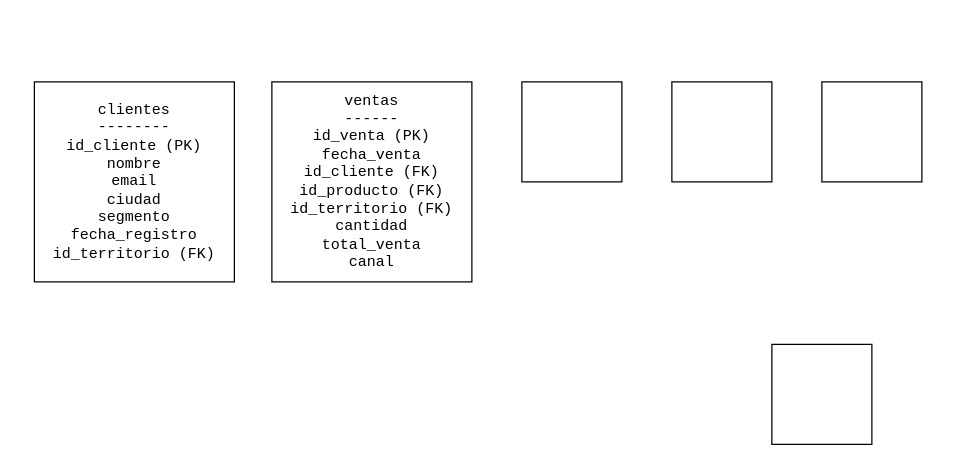
This is Diagrama sin título.drawio from Mauricio-Hernandez-git/data-analytics-practicas, a draw.io file, before an edit. Source tidied: cells renumbered, new cells numbered last; positions are measured from the earlier drawing's top-left corner, leaving out a move shared by most shapes. Both pictures are drawn from the tidied source at 125%, with x=0, y=0 at pixel (34, 81).
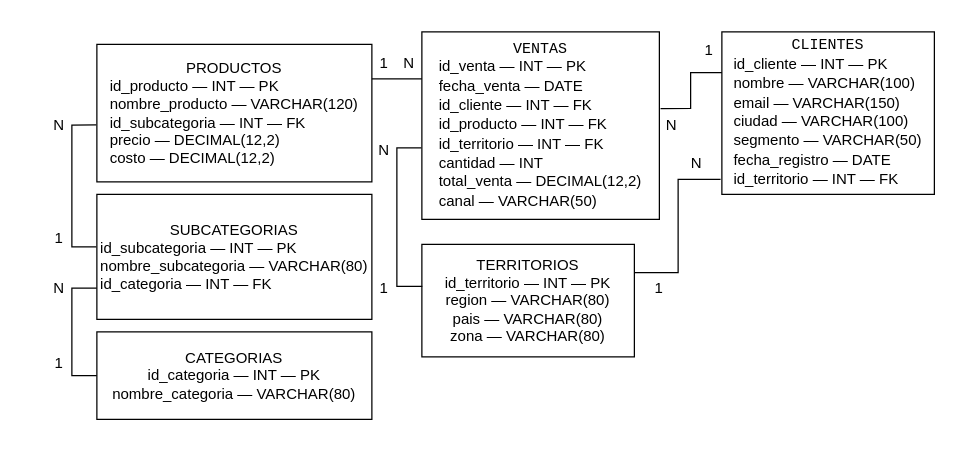
Above is the later version.

Diff of the diagram source:
```diff
@@
-    <mxCell id="2" value="&lt;pre dir=&quot;ltr&quot;&gt;&lt;code&gt;ventas&lt;br/&gt;------&lt;br/&gt;id_venta (PK)&lt;br/&gt;fecha_venta&lt;br/&gt;id_cliente (FK)&lt;br/&gt;id_producto (FK)&lt;br/&gt;id_territorio (FK)&lt;br/&gt;cantidad&lt;br/&gt;total_venta&lt;br/&gt;canal&lt;/code&gt;&lt;/pre&gt;" style="whiteSpace=wrap;html=1;" parent="1" vertex="1">
-      <mxGeometry x="190" width="160" height="160" as="geometry" />
+    <mxCell id="2" value="&lt;pre dir=&quot;ltr&quot;&gt;&lt;code&gt;VENTAS&lt;br&gt;&lt;div style=&quot;text-align: left;&quot;&gt;&lt;span style=&quot;background-color: transparent; color: light-dark(#000000, var(--ge-light-color, #ffffff)); font-family: Helvetica; white-space: normal;&quot;&gt;id_venta — INT — PK&lt;/span&gt;&lt;/div&gt;&lt;div style=&quot;text-align: left;&quot;&gt;&lt;span style=&quot;background-color: transparent; color: light-dark(#000000, var(--ge-light-color, #ffffff)); font-family: Helvetica; white-space: normal;&quot;&gt;fecha_venta — DATE&lt;/span&gt;&lt;/div&gt;&lt;div style=&quot;text-align: left;&quot;&gt;&lt;span style=&quot;background-color: transparent; color: light-dark(#000000, var(--ge-light-color, #ffffff)); font-family: Helvetica; white-space: normal;&quot;&gt;id_cliente — INT — FK&lt;/span&gt;&lt;/div&gt;&lt;div style=&quot;text-align: left;&quot;&gt;&lt;span style=&quot;background-color: transparent; color: light-dark(#000000, var(--ge-light-color, #ffffff)); font-family: Helvetica; white-space: normal;&quot;&gt;id_producto — INT — FK&lt;/span&gt;&lt;/div&gt;&lt;div style=&quot;text-align: left;&quot;&gt;&lt;span style=&quot;background-color: transparent; color: light-dark(#000000, var(--ge-light-color, #ffffff)); font-family: Helvetica; white-space: normal;&quot;&gt;id_territorio — INT — FK&lt;/span&gt;&lt;/div&gt;&lt;div style=&quot;text-align: left;&quot;&gt;&lt;span style=&quot;background-color: transparent; color: light-dark(#000000, var(--ge-light-color, #ffffff)); font-family: Helvetica; white-space: normal;&quot;&gt;cantidad — INT&lt;/span&gt;&lt;/div&gt;&lt;div style=&quot;text-align: left;&quot;&gt;&lt;span style=&quot;background-color: transparent; color: light-dark(#000000, var(--ge-light-color, #ffffff)); font-family: Helvetica; white-space: normal;&quot;&gt;total_venta — DECIMAL(12,2)&lt;/span&gt;&lt;/div&gt;&lt;div style=&quot;text-align: left;&quot;&gt;&lt;span style=&quot;background-color: transparent; color: light-dark(#000000, var(--ge-light-color, #ffffff)); font-family: Helvetica; white-space: normal;&quot;&gt;canal — VARCHAR(50)&lt;/span&gt;&lt;/div&gt;&lt;/code&gt;&lt;/pre&gt;" style="whiteSpace=wrap;html=1;" parent="1" vertex="1">
+      <mxGeometry x="310" y="-40" width="190" height="150" as="geometry" />
     </mxCell>
+    <mxCell id="8" style="edgeStyle=orthogonalEdgeStyle;rounded=0;jettySize=auto;html=1;exitX=0;exitY=0.5;exitDx=0;exitDy=0;entryX=0;entryY=0.75;entryDx=0;entryDy=0;defaultLabelBackgroundColor=gap;startArrow=none;startFill=0;endArrow=none;endFill=0;curved=0;" parent="1" edge="1" source="3" target="4">
+      <mxGeometry relative="1" as="geometry" />
+    </mxCell>
-    <mxCell id="3" style="whiteSpace=wrap;html=1;" parent="1" vertex="1">
-      <mxGeometry x="590" y="210" width="80" height="80" as="geometry" />
+    <mxCell id="3" value="&lt;div&gt;CATEGORIAS&lt;/div&gt;&lt;div&gt;id_categoria — INT — PK&lt;/div&gt;&lt;div&gt;nombre_categoria — VARCHAR(80)&lt;/div&gt;" style="whiteSpace=wrap;html=1;" parent="1" vertex="1">
+      <mxGeometry x="50" y="200" width="220" height="70" as="geometry" />
     </mxCell>
-    <mxCell id="4" style="whiteSpace=wrap;html=1;" parent="1" vertex="1">
-      <mxGeometry x="630" width="80" height="80" as="geometry" />
+    <mxCell id="4" value="&lt;div&gt;SUBCATEGORIAS&lt;/div&gt;&lt;div style=&quot;text-align: left;&quot;&gt;id_subcategoria — INT — PK&lt;/div&gt;&lt;div style=&quot;text-align: left;&quot;&gt;nombre_subcategoria — VARCHAR(80)&lt;/div&gt;&lt;div style=&quot;text-align: left;&quot;&gt;id_categoria — INT — FK&lt;/div&gt;" style="whiteSpace=wrap;html=1;" parent="1" vertex="1">
+      <mxGeometry x="50" y="90" width="220" height="100" as="geometry" />
     </mxCell>
+    <mxCell id="9" style="edgeStyle=orthogonalEdgeStyle;rounded=0;jettySize=auto;html=1;exitX=-0.002;exitY=0.586;exitDx=0;exitDy=0;entryX=-0.002;entryY=0.42;entryDx=0;entryDy=0;defaultLabelBackgroundColor=gap;exitPerimeter=0;startArrow=none;startFill=0;entryPerimeter=0;endArrow=none;endFill=0;" parent="1" edge="1" source="5" target="4">
+      <mxGeometry relative="1" as="geometry" />
+    </mxCell>
-    <mxCell id="5" style="whiteSpace=wrap;html=1;" parent="1" vertex="1">
-      <mxGeometry x="510" width="80" height="80" as="geometry" />
+    <mxCell id="5" value="&lt;div&gt;PRODUCTOS&lt;/div&gt;&lt;div style=&quot;text-align: left;&quot;&gt;id_producto — INT — PK&lt;/div&gt;&lt;div style=&quot;text-align: left;&quot;&gt;nombre_producto — VARCHAR(120)&lt;/div&gt;&lt;div style=&quot;text-align: left;&quot;&gt;id_subcategoria — INT — FK&lt;/div&gt;&lt;div style=&quot;text-align: left;&quot;&gt;precio — DECIMAL(12,2)&lt;/div&gt;&lt;div style=&quot;text-align: left;&quot;&gt;costo — DECIMAL(12,2)&lt;/div&gt;" style="whiteSpace=wrap;html=1;" parent="1" vertex="1">
+      <mxGeometry x="50" y="-30" width="220" height="110" as="geometry" />
     </mxCell>
-    <mxCell id="6" style="whiteSpace=wrap;html=1;" parent="1" vertex="1">
-      <mxGeometry x="390" width="80" height="80" as="geometry" />
+    <mxCell id="6" value="&lt;div&gt;TERRITORIOS&lt;/div&gt;&lt;div&gt;id_territorio — INT — PK&lt;/div&gt;&lt;div&gt;region — VARCHAR(80)&lt;/div&gt;&lt;div&gt;pais — VARCHAR(80)&lt;/div&gt;&lt;div&gt;zona — VARCHAR(80)&lt;/div&gt;" style="whiteSpace=wrap;html=1;" parent="1" vertex="1">
+      <mxGeometry x="310" y="130" width="170" height="90" as="geometry" />
     </mxCell>
-    <mxCell id="7" value="&lt;pre dir=&quot;ltr&quot;&gt;&lt;code&gt;clientes&lt;br/&gt;--------&lt;br/&gt;id_cliente (PK)&lt;br/&gt;nombre&lt;br/&gt;email&lt;br/&gt;ciudad&lt;br/&gt;segmento&lt;br/&gt;fecha_registro&lt;br/&gt;id_territorio (FK)&lt;/code&gt;&lt;/pre&gt;" style="whiteSpace=wrap;html=1;" parent="1" vertex="1">
-      <mxGeometry width="160" height="160" as="geometry" />
+    <mxCell id="7" value="&lt;pre dir=&quot;ltr&quot;&gt;CLIENTES&lt;br&gt;&lt;div style=&quot;text-align: left;&quot;&gt;&lt;span style=&quot;background-color: transparent; color: light-dark(#000000, var(--ge-light-color, #ffffff)); font-family: Helvetica; white-space: normal;&quot;&gt;id_cliente — INT — PK&lt;/span&gt;&lt;/div&gt;&lt;div style=&quot;text-align: left;&quot;&gt;&lt;span style=&quot;background-color: transparent; color: light-dark(#000000, var(--ge-light-color, #ffffff)); font-family: Helvetica; white-space: normal;&quot;&gt;nombre — VARCHAR(100)&lt;/span&gt;&lt;/div&gt;&lt;div style=&quot;text-align: left;&quot;&gt;&lt;span style=&quot;background-color: transparent; color: light-dark(#000000, var(--ge-light-color, #ffffff)); font-family: Helvetica; white-space: normal;&quot;&gt;email — VARCHAR(150)&lt;/span&gt;&lt;/div&gt;&lt;div style=&quot;text-align: left;&quot;&gt;&lt;span style=&quot;background-color: transparent; color: light-dark(#000000, var(--ge-light-color, #ffffff)); font-family: Helvetica; white-space: normal;&quot;&gt;ciudad — VARCHAR(100)&lt;/span&gt;&lt;/div&gt;&lt;div style=&quot;text-align: left;&quot;&gt;&lt;span style=&quot;background-color: transparent; color: light-dark(#000000, var(--ge-light-color, #ffffff)); font-family: Helvetica; white-space: normal;&quot;&gt;segmento — VARCHAR(50)&lt;/span&gt;&lt;/div&gt;&lt;div style=&quot;text-align: left;&quot;&gt;&lt;span style=&quot;background-color: transparent; color: light-dark(#000000, var(--ge-light-color, #ffffff)); font-family: Helvetica; white-space: normal;&quot;&gt;fecha_registro — DATE&lt;/span&gt;&lt;/div&gt;&lt;div style=&quot;text-align: left;&quot;&gt;&lt;span style=&quot;background-color: transparent; color: light-dark(#000000, var(--ge-light-color, #ffffff)); font-family: Helvetica; white-space: normal;&quot;&gt;id_territorio — INT — FK&lt;/span&gt;&lt;/div&gt;&lt;/pre&gt;" style="whiteSpace=wrap;html=1;" parent="1" vertex="1">
+      <mxGeometry x="550" y="-40" width="170" height="130" as="geometry" />
     </mxCell>
+    <mxCell id="10" style="edgeStyle=orthogonalEdgeStyle;rounded=0;orthogonalLoop=1;jettySize=auto;html=1;innerLoopWaypoints=1;exitX=0.5;exitY=1;exitDx=0;exitDy=0;defaultLabelBackgroundColor=gap;" parent="1" edge="1" source="7" target="7">
+      <mxGeometry relative="1" as="geometry" />
+    </mxCell>
+    <mxCell id="11" style="edgeStyle=orthogonalEdgeStyle;rounded=0;jettySize=auto;html=1;exitX=-0.002;exitY=0.618;exitDx=0;exitDy=0;entryX=0.002;entryY=0.373;entryDx=0;entryDy=0;defaultLabelBackgroundColor=gap;exitPerimeter=0;startArrow=none;startFill=0;entryPerimeter=0;endArrow=none;endFill=0;" parent="1" edge="1" source="2" target="6">
+      <mxGeometry x="0.33" relative="1" as="geometry" />
+    </mxCell>
+    <mxCell id="12" style="edgeStyle=orthogonalEdgeStyle;rounded=0;jettySize=auto;html=1;exitX=0;exitY=0.25;exitDx=0;exitDy=0;entryX=1.005;entryY=0.409;entryDx=0;entryDy=0;entryPerimeter=0;defaultLabelBackgroundColor=gap;startArrow=none;startFill=0;endArrow=none;endFill=0;" parent="1" edge="1" source="7" target="2">
+      <mxGeometry relative="1" as="geometry" />
+    </mxCell>
+    <mxCell id="13" style="edgeStyle=orthogonalEdgeStyle;rounded=0;jettySize=auto;html=1;exitX=0;exitY=0.25;exitDx=0;exitDy=0;entryX=1;entryY=0.25;entryDx=0;entryDy=0;defaultLabelBackgroundColor=gap;startArrow=none;startFill=0;endArrow=none;endFill=0;" parent="1" edge="1" source="2" target="5">
+      <mxGeometry x="-0.1" relative="1" as="geometry" />
+    </mxCell>
+    <mxCell id="14" style="edgeStyle=orthogonalEdgeStyle;rounded=0;jettySize=auto;html=1;exitX=1;exitY=0.25;exitDx=0;exitDy=0;entryX=-0.006;entryY=0.908;entryDx=0;entryDy=0;entryPerimeter=0;defaultLabelBackgroundColor=gap;startArrow=none;startFill=0;endArrow=none;endFill=0;" parent="1" edge="1" source="6" target="7">
+      <mxGeometry relative="1" as="geometry" />
+    </mxCell>
+    <mxCell id="15" value="N" style="text;html=1;whiteSpace=wrap;strokeColor=none;fillColor=none;align=center;verticalAlign=middle;rounded=0;" parent="1" vertex="1">
+      <mxGeometry x="-10" y="20" width="60" height="30" as="geometry" />
+    </mxCell>
+    <mxCell id="16" value="1" style="text;html=1;whiteSpace=wrap;strokeColor=none;fillColor=none;align=center;verticalAlign=middle;rounded=0;" parent="1" vertex="1">
+      <mxGeometry x="-10" y="110" width="60" height="30" as="geometry" />
+    </mxCell>
+    <mxCell id="17" value="N" style="text;html=1;whiteSpace=wrap;strokeColor=none;fillColor=none;align=center;verticalAlign=middle;rounded=0;" parent="1" vertex="1">
+      <mxGeometry x="-10" y="150" width="60" height="30" as="geometry" />
+    </mxCell>
+    <mxCell id="18" value="1" style="text;html=1;whiteSpace=wrap;strokeColor=none;fillColor=none;align=center;verticalAlign=middle;rounded=0;" parent="1" vertex="1">
+      <mxGeometry x="-10" y="210" width="60" height="30" as="geometry" />
+    </mxCell>
+    <mxCell id="19" value="N" style="text;html=1;whiteSpace=wrap;strokeColor=none;fillColor=none;align=center;verticalAlign=middle;rounded=0;" parent="1" vertex="1">
+      <mxGeometry x="500" y="50" width="60" height="30" as="geometry" />
+    </mxCell>
+    <mxCell id="20" value="N" style="text;html=1;whiteSpace=wrap;strokeColor=none;fillColor=none;align=center;verticalAlign=middle;rounded=0;" parent="1" vertex="1">
+      <mxGeometry x="480" y="20" width="60" height="30" as="geometry" />
+    </mxCell>
+    <mxCell id="21" value="N" style="text;html=1;whiteSpace=wrap;strokeColor=none;fillColor=none;align=center;verticalAlign=middle;rounded=0;" parent="1" vertex="1">
+      <mxGeometry x="250" y="40" width="60" height="30" as="geometry" />
+    </mxCell>
+    <mxCell id="22" value="1" style="text;html=1;whiteSpace=wrap;strokeColor=none;fillColor=none;align=center;verticalAlign=middle;rounded=0;" parent="1" vertex="1">
+      <mxGeometry x="250" y="150" width="60" height="30" as="geometry" />
+    </mxCell>
+    <mxCell id="23" value="1" style="text;html=1;whiteSpace=wrap;strokeColor=none;fillColor=none;align=center;verticalAlign=middle;rounded=0;" parent="1" vertex="1">
+      <mxGeometry x="470" y="150" width="60" height="30" as="geometry" />
+    </mxCell>
+    <mxCell id="24" value="1" style="text;html=1;whiteSpace=wrap;strokeColor=none;fillColor=none;align=center;verticalAlign=middle;rounded=0;" parent="1" vertex="1">
+      <mxGeometry x="510" y="-40" width="60" height="30" as="geometry" />
+    </mxCell>
+    <mxCell id="25" value="1" style="text;html=1;whiteSpace=wrap;strokeColor=none;fillColor=none;align=center;verticalAlign=middle;rounded=0;" parent="1" vertex="1">
+      <mxGeometry x="250" y="-30" width="60" height="30" as="geometry" />
+    </mxCell>
+    <mxCell id="26" value="N" style="text;html=1;whiteSpace=wrap;strokeColor=none;fillColor=none;align=center;verticalAlign=middle;rounded=0;" parent="1" vertex="1">
+      <mxGeometry x="270" y="-30" width="60" height="30" as="geometry" />
+    </mxCell>
```
